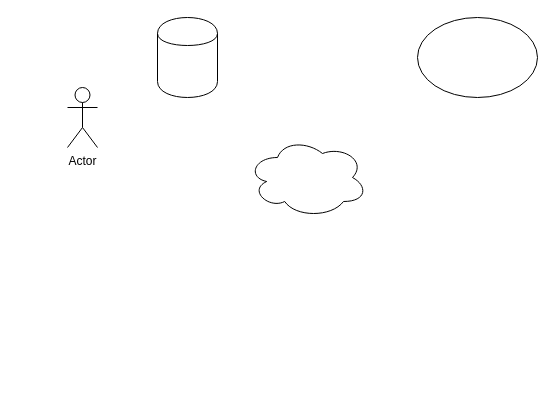
Before: css/Untitled Diagram.drawio in iamheonil/KHSemiProject, a draw.io diagram. Source tidied: cells renumbered, new cells numbered last; positions are measured from the earlier drawing's top-left corner, leaving out a move shared by most shapes. Both pictures are drawn from the tidied source at 100%, with x=0, y=0 at pixel (67, 17).
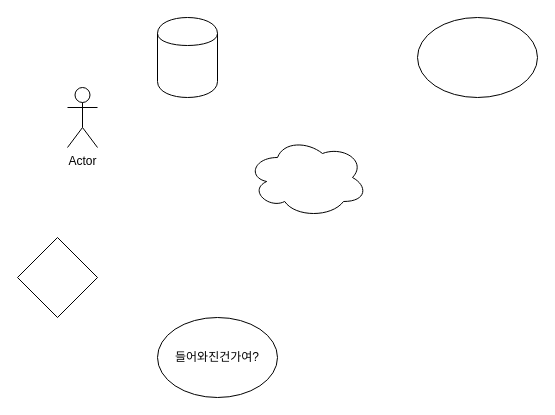
Above is the later version.

The edit, as a diff of the source:
```diff
@@
 <mxGraphModel>
   <root>
     <mxCell id="0" />
     <mxCell id="1" parent="0" />
     <mxCell id="2" value="Actor" style="shape=umlActor;verticalLabelPosition=bottom;labelBackgroundColor=#ffffff;verticalAlign=top;html=1;" parent="1" vertex="1">
       <mxGeometry y="70" width="30" height="60" as="geometry" />
     </mxCell>
     <mxCell id="3" style="ellipse;whiteSpace=wrap;html=1;" parent="1" vertex="1">
       <mxGeometry x="350" width="120" height="80" as="geometry" />
     </mxCell>
     <mxCell id="4" style="ellipse;shape=cloud;whiteSpace=wrap;html=1;" parent="1" vertex="1">
       <mxGeometry x="180" y="120" width="120" height="80" as="geometry" />
     </mxCell>
     <mxCell id="5" style="shape=cylinder;whiteSpace=wrap;html=1;boundedLbl=1;backgroundOutline=1;" parent="1" vertex="1">
       <mxGeometry x="90" width="60" height="80" as="geometry" />
     </mxCell>
+    <mxCell id="6" value="들어와진건가여?&lt;br&gt;" style="ellipse;whiteSpace=wrap;html=1;" parent="1" vertex="1">
+      <mxGeometry x="90" y="300" width="120" height="80" as="geometry" />
+    </mxCell>
+    <mxCell id="7" style="rhombus;whiteSpace=wrap;html=1;" parent="1" vertex="1">
+      <mxGeometry x="-50" y="220" width="80" height="80" as="geometry" />
+    </mxCell>
   </root>
 </mxGraphModel>
```
